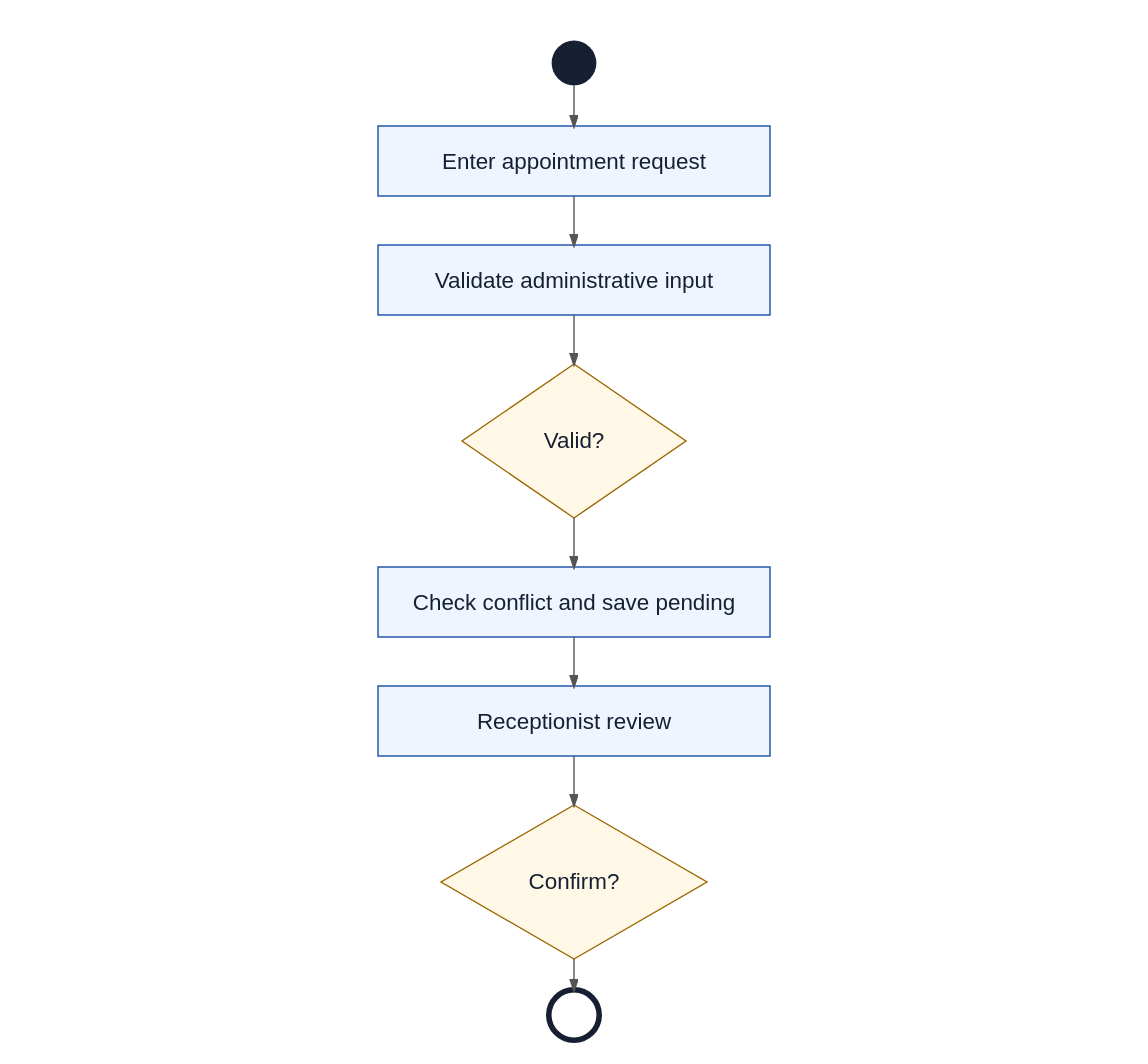
Before: Task2/clinic_app/artifacts/diagrams/activity_diagram.svg, a diagram exported from PlantUML (XGS61/DTS114). Its source is kept beside it as Task2/clinic_app/artifacts/diagrams/activity_diagram.puml. Source of this version:
```plantuml
@startuml
start
:Patient opens appointment form;
:Patient enters administrative request;
:System validates required fields;
if (Valid input?) then (yes)
  :System checks date/time conflict;
  if (Conflict found?) then (yes)
    :Mark request with conflict flag;
  else (no)
    :Mark request as no conflict;
  endif
  :Create Pending Review request;
  :Receptionist reviews request;
  if (Accept request?) then (confirm)
    :Set status to Confirmed;
  else (cancel)
    :Set status to Cancelled;
  endif
  :Show non-diagnostic administrative summary;
else (no)
  :Return validation error;
endif
stop
@enduml
```
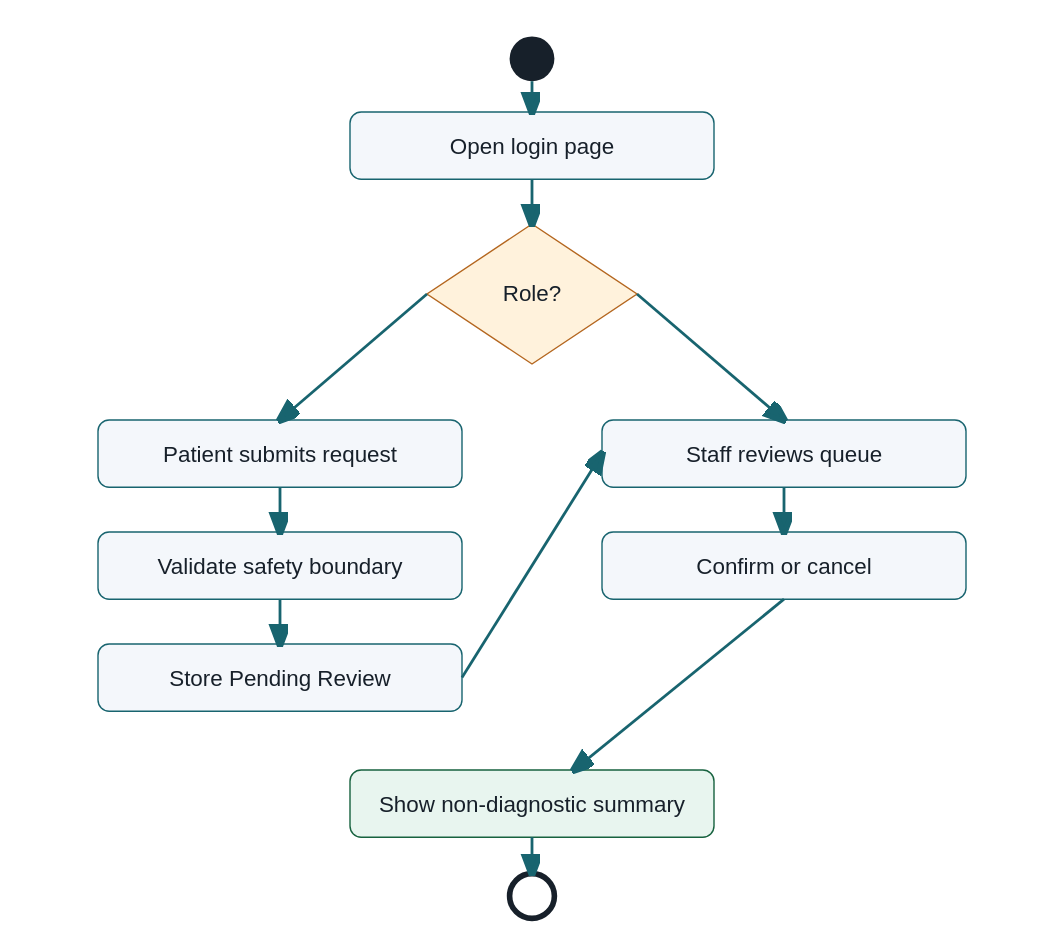
Later version of the same file.

What changed in the source:
```diff
@@ -1,25 +1,26 @@
 @startuml
 start
-:Patient opens appointment form;
-:Patient enters administrative request;
-:System validates required fields;
-if (Valid input?) then (yes)
-  :System checks date/time conflict;
-  if (Conflict found?) then (yes)
-    :Mark request with conflict flag;
-  else (no)
-    :Mark request as no conflict;
+:User opens login page;
+if (Role?) then (Patient)
+  :Open patient dashboard;
+  :Submit appointment request;
+  :System validates administrative scope;
+  if (Valid request?) then (Yes)
+    :Store Pending Review request;
+    :Flag conflict if slot is active;
+  else (No)
+    :Show validation error;
+    stop
   endif
-  :Create Pending Review request;
-  :Receptionist reviews request;
-  if (Accept request?) then (confirm)
-    :Set status to Confirmed;
-  else (cancel)
-    :Set status to Cancelled;
-  endif
-  :Show non-diagnostic administrative summary;
-else (no)
-  :Return validation error;
+else (Doctor/Admin)
+  :Open staff dashboard;
 endif
+:Staff reviews shared queue;
+if (Slot acceptable?) then (Confirm)
+  :Set status to Confirmed;
+else (Cancel)
+  :Set status to Cancelled;
+endif
+:Show non-diagnostic summary;
 stop
 @enduml
```
